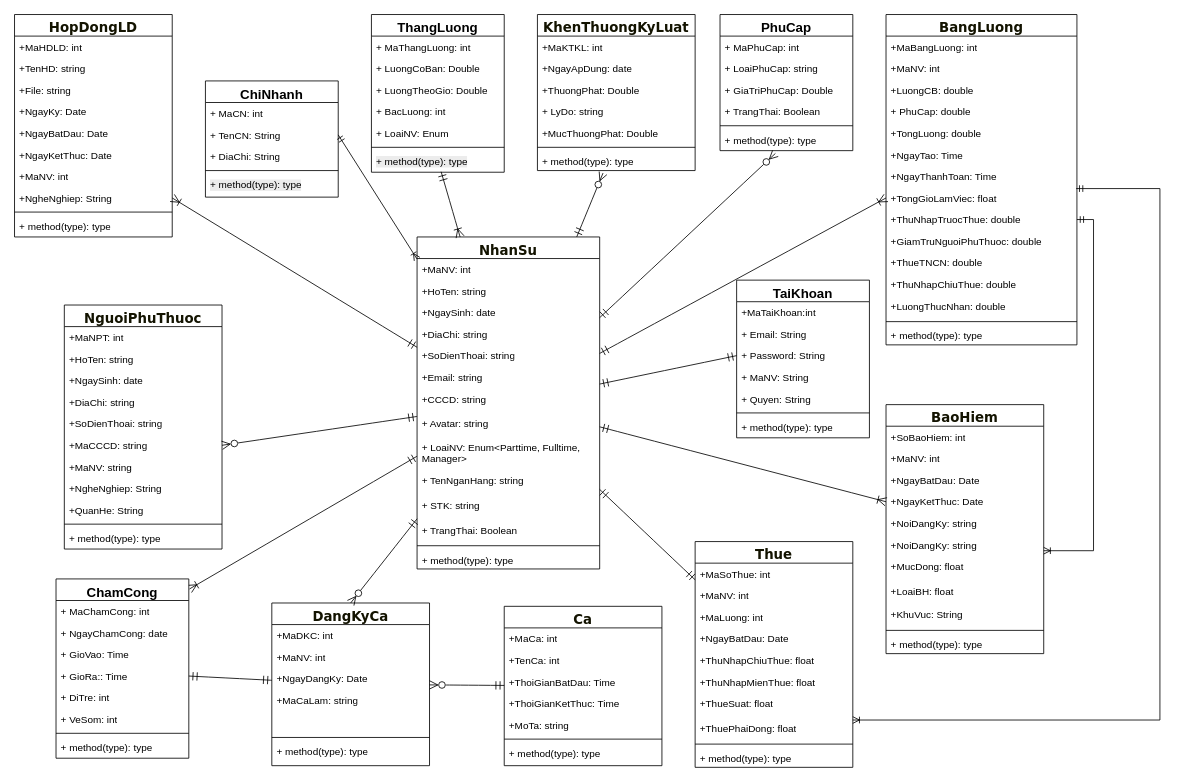
The draw.io diagram Biểu đồ không có tiêu đề.drawio in NguyenMint/LVTN, before the edit. Source tidied: cells renumbered, new cells numbered last; positions are measured from the earlier drawing's top-left corner, leaving out a move shared by most shapes. Both pictures are drawn from the tidied source at 83%, with x=0, y=0 at pixel (14, 14).
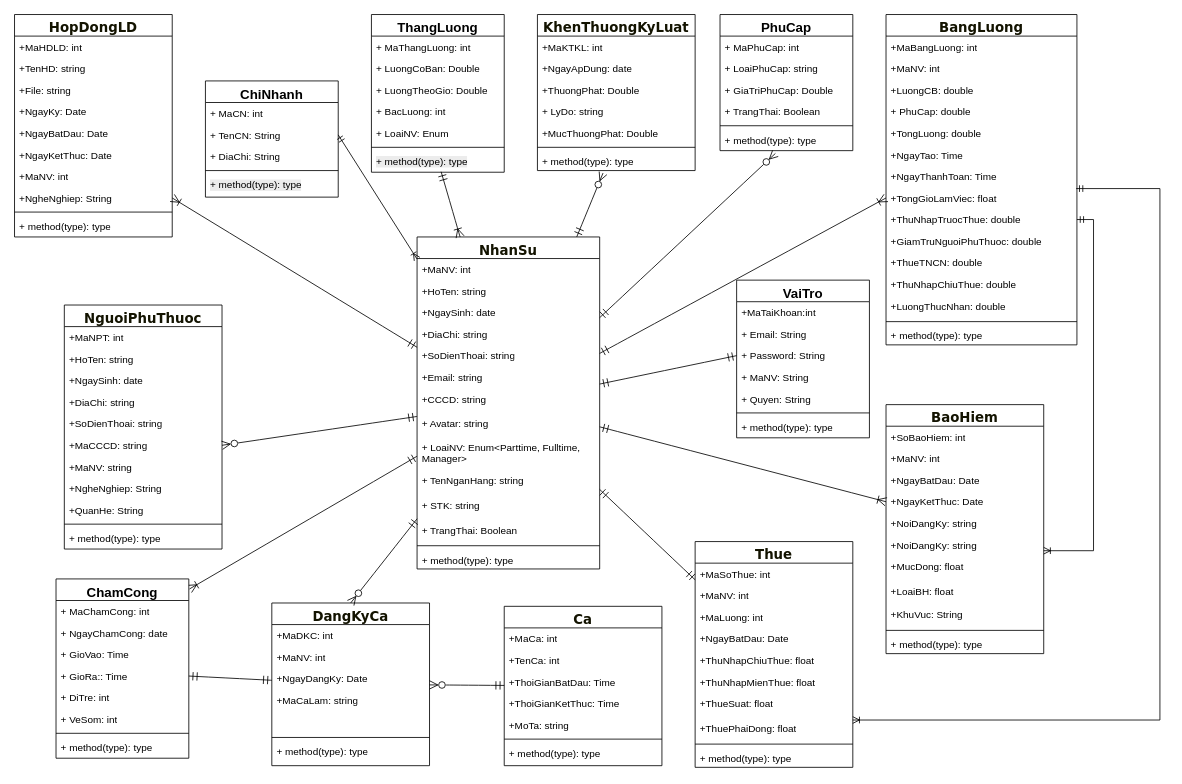
Above is the later version.

Commit message:
Cập nhật Biểu đồ không có tiêu đề.drawio

Diff of the diagram source:
```diff
@@
-    <mxCell id="135" value="&lt;font style=&quot;font-size: 16px;&quot;&gt;TaiKhoan&lt;/font&gt;" style="swimlane;fontStyle=1;align=center;verticalAlign=top;horizontal=1;startSize=26;whiteSpace=wrap;html=1;" parent="1" vertex="1">
+    <mxCell id="135" value="&lt;font style=&quot;font-size: 16px;&quot;&gt;VaiTro&lt;/font&gt;" style="swimlane;fontStyle=1;align=center;verticalAlign=top;horizontal=1;startSize=26;whiteSpace=wrap;html=1;" parent="1" vertex="1">
       <mxGeometry x="870" y="320" width="160" height="190" as="geometry" />
     </mxCell>
```
